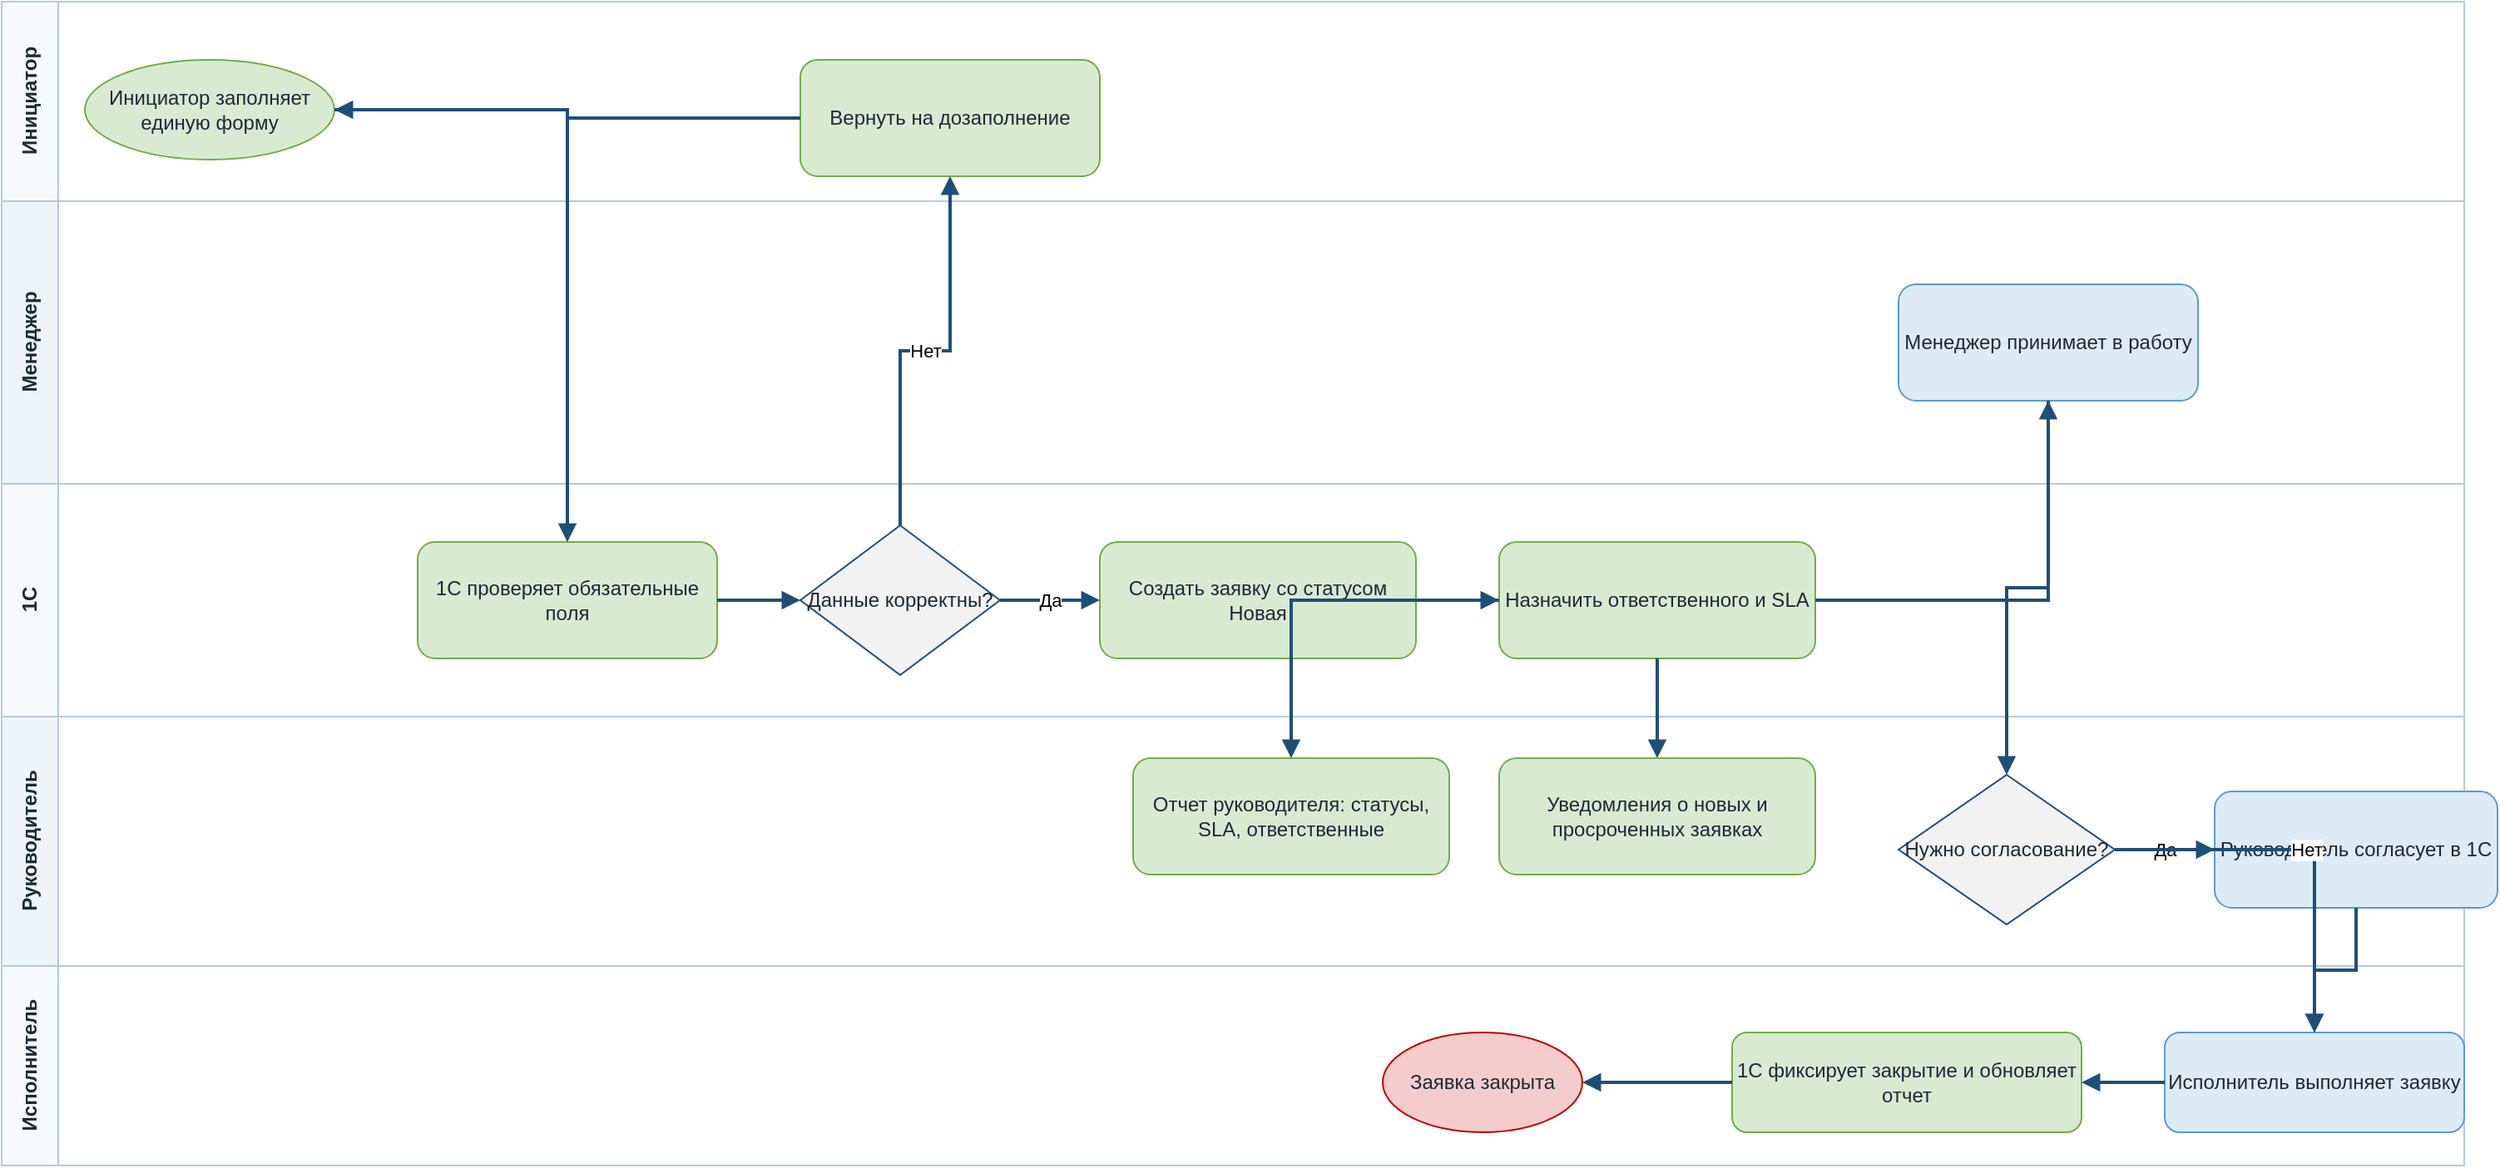
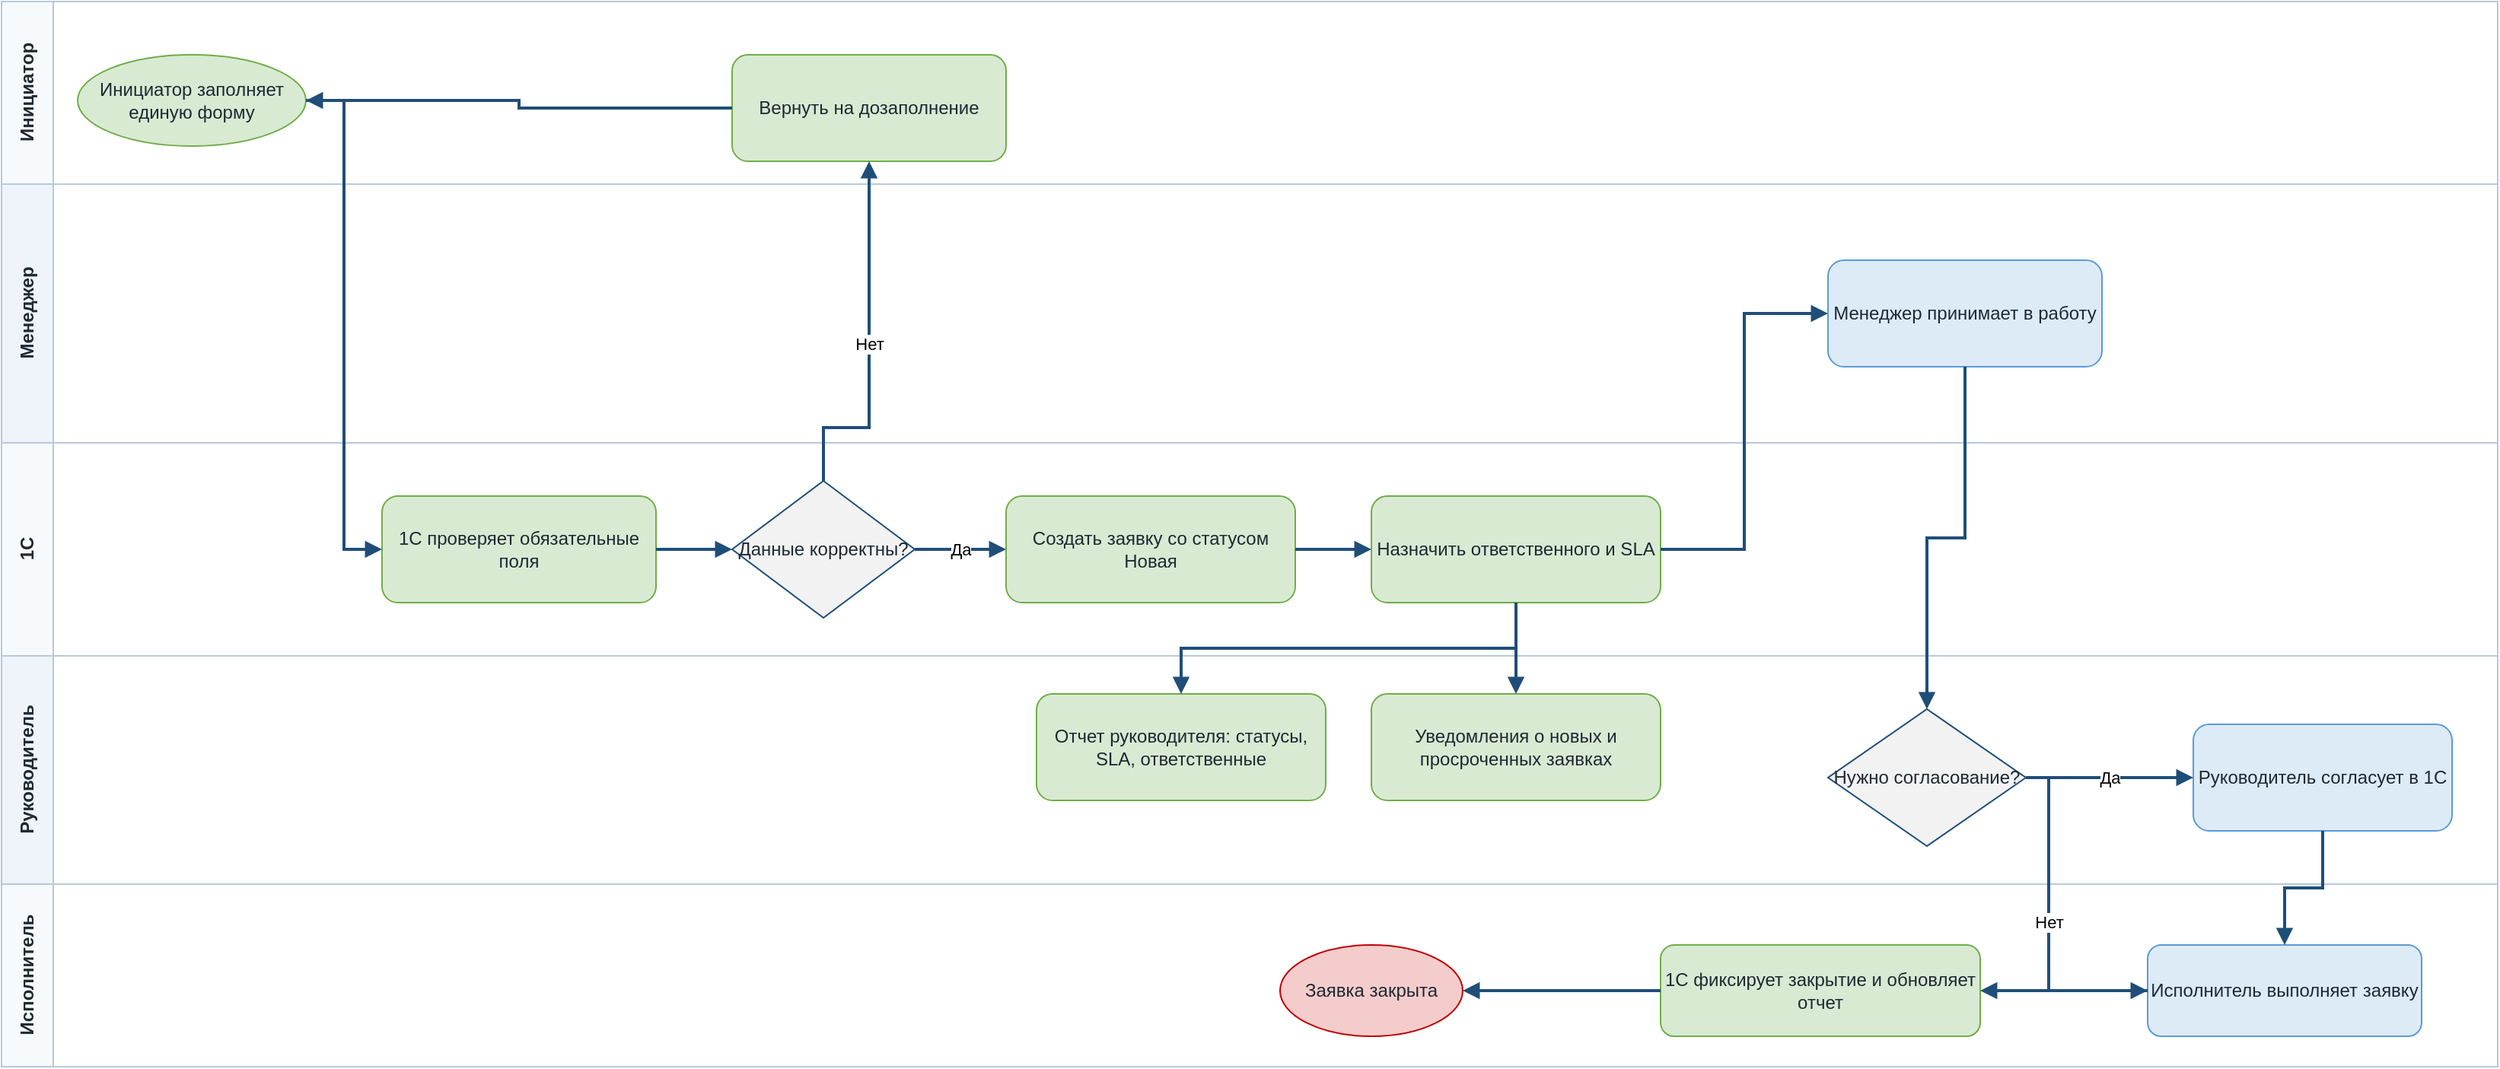
<?xml version="1.0" encoding="UTF-8"?>
<mxfile host="app.diagrams.net" modified="2026-06-25T00:00:00.000Z" agent="Codex" version="24.7.17" type="device">
  <diagram id="to-be-process" name="TO-BE process">
-     <mxGraphModel dx="1600" dy="900" grid="1" gridSize="10" guides="1" tooltips="1" connect="1" arrows="1" fold="1" page="1" pageScale="1" pageWidth="1520" pageHeight="820" math="0" shadow="0">
+     <mxGraphModel dx="1600" dy="900" grid="1" gridSize="10" guides="1" tooltips="1" connect="1" arrows="1" fold="1" page="1" pageScale="1" pageWidth="1680" pageHeight="820" math="0" shadow="0">
      <root>
        <mxCell id="0" />
        <mxCell id="1" parent="0" />
    <mxCell id="lane-client" value="Инициатор" style="swimlane;html=1;horizontal=0;startSize=34;fillColor=#F7FAFC;strokeColor=#B7C9DA;fontColor=#1F2933;fontStyle=1;" vertex="1" parent="1">
-       <mxGeometry x="20" y="80" width="1480" height="120" as="geometry" />
+       <mxGeometry x="20" y="80" width="1640" height="120" as="geometry" />
    </mxCell>
    <mxCell id="lane-manager" value="Менеджер" style="swimlane;html=1;horizontal=0;startSize=34;fillColor=#EEF4FA;strokeColor=#B7C9DA;fontColor=#1F2933;fontStyle=1;" vertex="1" parent="1">
-       <mxGeometry x="20" y="200" width="1480" height="170" as="geometry" />
+       <mxGeometry x="20" y="200" width="1640" height="170" as="geometry" />
    </mxCell>
    <mxCell id="lane-1c" value="1С" style="swimlane;html=1;horizontal=0;startSize=34;fillColor=#F7FAFC;strokeColor=#B7C9DA;fontColor=#1F2933;fontStyle=1;" vertex="1" parent="1">
-       <mxGeometry x="20" y="370" width="1480" height="140" as="geometry" />
+       <mxGeometry x="20" y="370" width="1640" height="140" as="geometry" />
    </mxCell>
    <mxCell id="lane-head" value="Руководитель" style="swimlane;html=1;horizontal=0;startSize=34;fillColor=#EEF4FA;strokeColor=#B7C9DA;fontColor=#1F2933;fontStyle=1;" vertex="1" parent="1">
-       <mxGeometry x="20" y="510" width="1480" height="150" as="geometry" />
+       <mxGeometry x="20" y="510" width="1640" height="150" as="geometry" />
    </mxCell>
    <mxCell id="lane-exec" value="Исполнитель" style="swimlane;html=1;horizontal=0;startSize=34;fillColor=#F7FAFC;strokeColor=#B7C9DA;fontColor=#1F2933;fontStyle=1;" vertex="1" parent="1">
-       <mxGeometry x="20" y="660" width="1480" height="120" as="geometry" />
+       <mxGeometry x="20" y="660" width="1640" height="120" as="geometry" />
    </mxCell>
    <mxCell id="to-start" value="Инициатор заполняет единую форму" style="ellipse;whiteSpace=wrap;html=1;fillColor=#D9EAD3;strokeColor=#70AD47;fontColor=#1F2933;" vertex="1" parent="1">
      <mxGeometry x="70" y="115" width="150" height="60" as="geometry" />
    </mxCell>
    <mxCell id="to-validate" value="1С проверяет обязательные поля" style="rounded=1;whiteSpace=wrap;html=1;fillColor=#D9EAD3;strokeColor=#70AD47;fontColor=#1F2933;" vertex="1" parent="1">
      <mxGeometry x="270" y="405" width="180" height="70" as="geometry" />
    </mxCell>
    <mxCell id="to-gateway-valid" value="Данные корректны?" style="rhombus;whiteSpace=wrap;html=1;fillColor=#F2F2F2;strokeColor=#1F4E78;fontColor=#1F2933;" vertex="1" parent="1">
      <mxGeometry x="500" y="395" width="120" height="90" as="geometry" />
    </mxCell>
    <mxCell id="to-return" value="Вернуть на дозаполнение" style="rounded=1;whiteSpace=wrap;html=1;fillColor=#D9EAD3;strokeColor=#70AD47;fontColor=#1F2933;" vertex="1" parent="1">
      <mxGeometry x="500" y="115" width="180" height="70" as="geometry" />
    </mxCell>
    <mxCell id="to-create" value="Создать заявку со статусом Новая" style="rounded=1;whiteSpace=wrap;html=1;fillColor=#D9EAD3;strokeColor=#70AD47;fontColor=#1F2933;" vertex="1" parent="1">
      <mxGeometry x="680" y="405" width="190" height="70" as="geometry" />
    </mxCell>
    <mxCell id="to-assign" value="Назначить ответственного и SLA" style="rounded=1;whiteSpace=wrap;html=1;fillColor=#D9EAD3;strokeColor=#70AD47;fontColor=#1F2933;" vertex="1" parent="1">
      <mxGeometry x="920" y="405" width="190" height="70" as="geometry" />
    </mxCell>
    <mxCell id="to-work" value="Менеджер принимает в работу" style="rounded=1;whiteSpace=wrap;html=1;fillColor=#DDEBF7;strokeColor=#5B9BD5;fontColor=#1F2933;" vertex="1" parent="1">
-       <mxGeometry x="1160" y="250" width="180" height="70" as="geometry" />
+       <mxGeometry x="1220" y="250" width="180" height="70" as="geometry" />
    </mxCell>
    <mxCell id="to-gateway-approve" value="Нужно согласование?" style="rhombus;whiteSpace=wrap;html=1;fillColor=#F2F2F2;strokeColor=#1F4E78;fontColor=#1F2933;" vertex="1" parent="1">
-       <mxGeometry x="1160" y="545" width="130" height="90" as="geometry" />
+       <mxGeometry x="1220" y="545" width="130" height="90" as="geometry" />
    </mxCell>
    <mxCell id="to-approve" value="Руководитель согласует в 1С" style="rounded=1;whiteSpace=wrap;html=1;fillColor=#DDEBF7;strokeColor=#5B9BD5;fontColor=#1F2933;" vertex="1" parent="1">
-       <mxGeometry x="1350" y="555" width="170" height="70" as="geometry" />
+       <mxGeometry x="1460" y="555" width="170" height="70" as="geometry" />
    </mxCell>
    <mxCell id="to-execute" value="Исполнитель выполняет заявку" style="rounded=1;whiteSpace=wrap;html=1;fillColor=#DDEBF7;strokeColor=#5B9BD5;fontColor=#1F2933;" vertex="1" parent="1">
-       <mxGeometry x="1320" y="700" width="180" height="60" as="geometry" />
+       <mxGeometry x="1430" y="700" width="180" height="60" as="geometry" />
    </mxCell>
    <mxCell id="to-close" value="1С фиксирует закрытие и обновляет отчет" style="rounded=1;whiteSpace=wrap;html=1;fillColor=#D9EAD3;strokeColor=#70AD47;fontColor=#1F2933;" vertex="1" parent="1">
-       <mxGeometry x="1060" y="700" width="210" height="60" as="geometry" />
+       <mxGeometry x="1110" y="700" width="210" height="60" as="geometry" />
    </mxCell>
    <mxCell id="to-end" value="Заявка закрыта" style="ellipse;whiteSpace=wrap;html=1;fillColor=#F4CCCC;strokeColor=#C00000;fontColor=#1F2933;" vertex="1" parent="1">
-       <mxGeometry x="850" y="700" width="120" height="60" as="geometry" />
+       <mxGeometry x="860" y="700" width="120" height="60" as="geometry" />
    </mxCell>
    <mxCell id="to-notify" value="Уведомления о новых и просроченных заявках" style="rounded=1;whiteSpace=wrap;html=1;fillColor=#D9EAD3;strokeColor=#70AD47;fontColor=#1F2933;" vertex="1" parent="1">
      <mxGeometry x="920" y="535" width="190" height="70" as="geometry" />
    </mxCell>
    <mxCell id="to-report" value="Отчет руководителя: статусы, SLA, ответственные" style="rounded=1;whiteSpace=wrap;html=1;fillColor=#D9EAD3;strokeColor=#70AD47;fontColor=#1F2933;" vertex="1" parent="1">
      <mxGeometry x="700" y="535" width="190" height="70" as="geometry" />
    </mxCell>
-     <mxCell id="e1" value="" style="edgeStyle=orthogonalEdgeStyle;rounded=0;orthogonalLoop=1;jettySize=auto;html=1;strokeColor=#1F4E78;strokeWidth=2;endArrow=block;endFill=1;" edge="1" parent="1" source="to-start" target="to-validate">
-       <mxGeometry relative="1" as="geometry" />
+     <mxCell id="e1" value="" style="edgeStyle=orthogonalEdgeStyle;rounded=0;orthogonalLoop=1;jettySize=auto;html=1;exitX=1;exitY=0.5;entryX=0;entryY=0.5;strokeColor=#1F4E78;strokeWidth=2;endArrow=block;endFill=1;" edge="1" parent="1" source="to-start" target="to-validate">
+       <mxGeometry relative="1" as="geometry">
+         <Array as="points">
+           <mxPoint x="245" y="145" />
+           <mxPoint x="245" y="440" />
+         </Array>
+       </mxGeometry>
    </mxCell>
-     <mxCell id="e2" value="" style="edgeStyle=orthogonalEdgeStyle;rounded=0;orthogonalLoop=1;jettySize=auto;html=1;strokeColor=#1F4E78;strokeWidth=2;endArrow=block;endFill=1;" edge="1" parent="1" source="to-validate" target="to-gateway-valid">
-       <mxGeometry relative="1" as="geometry" />
+     <mxCell id="e2" value="" style="edgeStyle=orthogonalEdgeStyle;rounded=0;orthogonalLoop=1;jettySize=auto;html=1;exitX=1;exitY=0.5;entryX=0;entryY=0.5;strokeColor=#1F4E78;strokeWidth=2;endArrow=block;endFill=1;" edge="1" parent="1" source="to-validate" target="to-gateway-valid">
+       <mxGeometry relative="1" as="geometry">
+       </mxGeometry>
    </mxCell>
-     <mxCell id="e3" value="Нет" style="edgeStyle=orthogonalEdgeStyle;rounded=0;orthogonalLoop=1;jettySize=auto;html=1;strokeColor=#1F4E78;strokeWidth=2;endArrow=block;endFill=1;" edge="1" parent="1" source="to-gateway-valid" target="to-return">
-       <mxGeometry relative="1" as="geometry" />
+     <mxCell id="e3" value="Нет" style="edgeStyle=orthogonalEdgeStyle;rounded=0;orthogonalLoop=1;jettySize=auto;html=1;exitX=0.5;exitY=0;entryX=0.5;entryY=1;strokeColor=#1F4E78;strokeWidth=2;endArrow=block;endFill=1;" edge="1" parent="1" source="to-gateway-valid" target="to-return">
+       <mxGeometry relative="1" as="geometry">
+         <Array as="points">
+           <mxPoint x="560" y="360" />
+           <mxPoint x="590" y="360" />
+         </Array>
+       </mxGeometry>
    </mxCell>
-     <mxCell id="e4" value="" style="edgeStyle=orthogonalEdgeStyle;rounded=0;orthogonalLoop=1;jettySize=auto;html=1;strokeColor=#1F4E78;strokeWidth=2;endArrow=block;endFill=1;" edge="1" parent="1" source="to-return" target="to-start">
-       <mxGeometry relative="1" as="geometry" />
+     <mxCell id="e4" value="" style="edgeStyle=orthogonalEdgeStyle;rounded=0;orthogonalLoop=1;jettySize=auto;html=1;exitX=0;exitY=0.5;entryX=1;entryY=0.5;strokeColor=#1F4E78;strokeWidth=2;endArrow=block;endFill=1;" edge="1" parent="1" source="to-return" target="to-start">
+       <mxGeometry relative="1" as="geometry">
+         <Array as="points">
+           <mxPoint x="360" y="150" />
+           <mxPoint x="360" y="145" />
+         </Array>
+       </mxGeometry>
    </mxCell>
-     <mxCell id="e5" value="Да" style="edgeStyle=orthogonalEdgeStyle;rounded=0;orthogonalLoop=1;jettySize=auto;html=1;strokeColor=#1F4E78;strokeWidth=2;endArrow=block;endFill=1;" edge="1" parent="1" source="to-gateway-valid" target="to-create">
-       <mxGeometry relative="1" as="geometry" />
+     <mxCell id="e5" value="Да" style="edgeStyle=orthogonalEdgeStyle;rounded=0;orthogonalLoop=1;jettySize=auto;html=1;exitX=1;exitY=0.5;entryX=0;entryY=0.5;strokeColor=#1F4E78;strokeWidth=2;endArrow=block;endFill=1;" edge="1" parent="1" source="to-gateway-valid" target="to-create">
+       <mxGeometry relative="1" as="geometry">
+       </mxGeometry>
    </mxCell>
-     <mxCell id="e6" value="" style="edgeStyle=orthogonalEdgeStyle;rounded=0;orthogonalLoop=1;jettySize=auto;html=1;strokeColor=#1F4E78;strokeWidth=2;endArrow=block;endFill=1;" edge="1" parent="1" source="to-create" target="to-assign">
-       <mxGeometry relative="1" as="geometry" />
+     <mxCell id="e6" value="" style="edgeStyle=orthogonalEdgeStyle;rounded=0;orthogonalLoop=1;jettySize=auto;html=1;exitX=1;exitY=0.5;entryX=0;entryY=0.5;strokeColor=#1F4E78;strokeWidth=2;endArrow=block;endFill=1;" edge="1" parent="1" source="to-create" target="to-assign">
+       <mxGeometry relative="1" as="geometry">
+       </mxGeometry>
    </mxCell>
-     <mxCell id="e7" value="" style="edgeStyle=orthogonalEdgeStyle;rounded=0;orthogonalLoop=1;jettySize=auto;html=1;strokeColor=#1F4E78;strokeWidth=2;endArrow=block;endFill=1;" edge="1" parent="1" source="to-assign" target="to-work">
-       <mxGeometry relative="1" as="geometry" />
+     <mxCell id="e7" value="" style="edgeStyle=orthogonalEdgeStyle;rounded=0;orthogonalLoop=1;jettySize=auto;html=1;exitX=1;exitY=0.5;entryX=0;entryY=0.5;strokeColor=#1F4E78;strokeWidth=2;endArrow=block;endFill=1;" edge="1" parent="1" source="to-assign" target="to-work">
+       <mxGeometry relative="1" as="geometry">
+         <Array as="points">
+           <mxPoint x="1165" y="440" />
+           <mxPoint x="1165" y="285" />
+         </Array>
+       </mxGeometry>
    </mxCell>
-     <mxCell id="e8" value="" style="edgeStyle=orthogonalEdgeStyle;rounded=0;orthogonalLoop=1;jettySize=auto;html=1;strokeColor=#1F4E78;strokeWidth=2;endArrow=block;endFill=1;" edge="1" parent="1" source="to-assign" target="to-notify">
-       <mxGeometry relative="1" as="geometry" />
+     <mxCell id="e8" value="" style="edgeStyle=orthogonalEdgeStyle;rounded=0;orthogonalLoop=1;jettySize=auto;html=1;exitX=0.5;exitY=1;entryX=0.5;entryY=0;strokeColor=#1F4E78;strokeWidth=2;endArrow=block;endFill=1;" edge="1" parent="1" source="to-assign" target="to-notify">
+       <mxGeometry relative="1" as="geometry">
+         <Array as="points">
+           <mxPoint x="1015" y="505" />
+         </Array>
+       </mxGeometry>
    </mxCell>
-     <mxCell id="e9" value="" style="edgeStyle=orthogonalEdgeStyle;rounded=0;orthogonalLoop=1;jettySize=auto;html=1;strokeColor=#1F4E78;strokeWidth=2;endArrow=block;endFill=1;" edge="1" parent="1" source="to-assign" target="to-report">
-       <mxGeometry relative="1" as="geometry" />
+     <mxCell id="e9" value="" style="edgeStyle=orthogonalEdgeStyle;rounded=0;orthogonalLoop=1;jettySize=auto;html=1;exitX=0.5;exitY=1;entryX=0.5;entryY=0;strokeColor=#1F4E78;strokeWidth=2;endArrow=block;endFill=1;" edge="1" parent="1" source="to-assign" target="to-report">
+       <mxGeometry relative="1" as="geometry">
+         <Array as="points">
+           <mxPoint x="1015" y="505" />
+           <mxPoint x="795" y="505" />
+         </Array>
+       </mxGeometry>
    </mxCell>
-     <mxCell id="e10" value="" style="edgeStyle=orthogonalEdgeStyle;rounded=0;orthogonalLoop=1;jettySize=auto;html=1;strokeColor=#1F4E78;strokeWidth=2;endArrow=block;endFill=1;" edge="1" parent="1" source="to-work" target="to-gateway-approve">
-       <mxGeometry relative="1" as="geometry" />
+     <mxCell id="e10" value="" style="edgeStyle=orthogonalEdgeStyle;rounded=0;orthogonalLoop=1;jettySize=auto;html=1;exitX=0.5;exitY=1;entryX=0.5;entryY=0;strokeColor=#1F4E78;strokeWidth=2;endArrow=block;endFill=1;" edge="1" parent="1" source="to-work" target="to-gateway-approve">
+       <mxGeometry relative="1" as="geometry">
+       </mxGeometry>
    </mxCell>
-     <mxCell id="e11" value="Да" style="edgeStyle=orthogonalEdgeStyle;rounded=0;orthogonalLoop=1;jettySize=auto;html=1;strokeColor=#1F4E78;strokeWidth=2;endArrow=block;endFill=1;" edge="1" parent="1" source="to-gateway-approve" target="to-approve">
-       <mxGeometry relative="1" as="geometry" />
+     <mxCell id="e11" value="Да" style="edgeStyle=orthogonalEdgeStyle;rounded=0;orthogonalLoop=1;jettySize=auto;html=1;exitX=1;exitY=0.5;entryX=0;entryY=0.5;strokeColor=#1F4E78;strokeWidth=2;endArrow=block;endFill=1;" edge="1" parent="1" source="to-gateway-approve" target="to-approve">
+       <mxGeometry relative="1" as="geometry">
+       </mxGeometry>
    </mxCell>
-     <mxCell id="e12" value="Нет" style="edgeStyle=orthogonalEdgeStyle;rounded=0;orthogonalLoop=1;jettySize=auto;html=1;strokeColor=#1F4E78;strokeWidth=2;endArrow=block;endFill=1;" edge="1" parent="1" source="to-gateway-approve" target="to-execute">
-       <mxGeometry relative="1" as="geometry" />
+     <mxCell id="e12" value="Нет" style="edgeStyle=orthogonalEdgeStyle;rounded=0;orthogonalLoop=1;jettySize=auto;html=1;exitX=1;exitY=0.5;entryX=0;entryY=0.5;strokeColor=#1F4E78;strokeWidth=2;endArrow=block;endFill=1;" edge="1" parent="1" source="to-gateway-approve" target="to-execute">
+       <mxGeometry relative="1" as="geometry">
+         <Array as="points">
+           <mxPoint x="1365" y="590" />
+           <mxPoint x="1365" y="730" />
+         </Array>
+       </mxGeometry>
    </mxCell>
-     <mxCell id="e13" value="" style="edgeStyle=orthogonalEdgeStyle;rounded=0;orthogonalLoop=1;jettySize=auto;html=1;strokeColor=#1F4E78;strokeWidth=2;endArrow=block;endFill=1;" edge="1" parent="1" source="to-approve" target="to-execute">
-       <mxGeometry relative="1" as="geometry" />
+     <mxCell id="e13" value="" style="edgeStyle=orthogonalEdgeStyle;rounded=0;orthogonalLoop=1;jettySize=auto;html=1;exitX=0.5;exitY=1;entryX=0.5;entryY=0;strokeColor=#1F4E78;strokeWidth=2;endArrow=block;endFill=1;" edge="1" parent="1" source="to-approve" target="to-execute">
+       <mxGeometry relative="1" as="geometry">
+       </mxGeometry>
    </mxCell>
-     <mxCell id="e14" value="" style="edgeStyle=orthogonalEdgeStyle;rounded=0;orthogonalLoop=1;jettySize=auto;html=1;strokeColor=#1F4E78;strokeWidth=2;endArrow=block;endFill=1;" edge="1" parent="1" source="to-execute" target="to-close">
-       <mxGeometry relative="1" as="geometry" />
+     <mxCell id="e14" value="" style="edgeStyle=orthogonalEdgeStyle;rounded=0;orthogonalLoop=1;jettySize=auto;html=1;exitX=0;exitY=0.5;entryX=1;entryY=0.5;strokeColor=#1F4E78;strokeWidth=2;endArrow=block;endFill=1;" edge="1" parent="1" source="to-execute" target="to-close">
+       <mxGeometry relative="1" as="geometry">
+       </mxGeometry>
    </mxCell>
-     <mxCell id="e15" value="" style="edgeStyle=orthogonalEdgeStyle;rounded=0;orthogonalLoop=1;jettySize=auto;html=1;strokeColor=#1F4E78;strokeWidth=2;endArrow=block;endFill=1;" edge="1" parent="1" source="to-close" target="to-end">
-       <mxGeometry relative="1" as="geometry" />
+     <mxCell id="e15" value="" style="edgeStyle=orthogonalEdgeStyle;rounded=0;orthogonalLoop=1;jettySize=auto;html=1;exitX=0;exitY=0.5;entryX=1;entryY=0.5;strokeColor=#1F4E78;strokeWidth=2;endArrow=block;endFill=1;" edge="1" parent="1" source="to-close" target="to-end">
+       <mxGeometry relative="1" as="geometry">
+       </mxGeometry>
    </mxCell>
      </root>
    </mxGraphModel>
  </diagram>
</mxfile>
